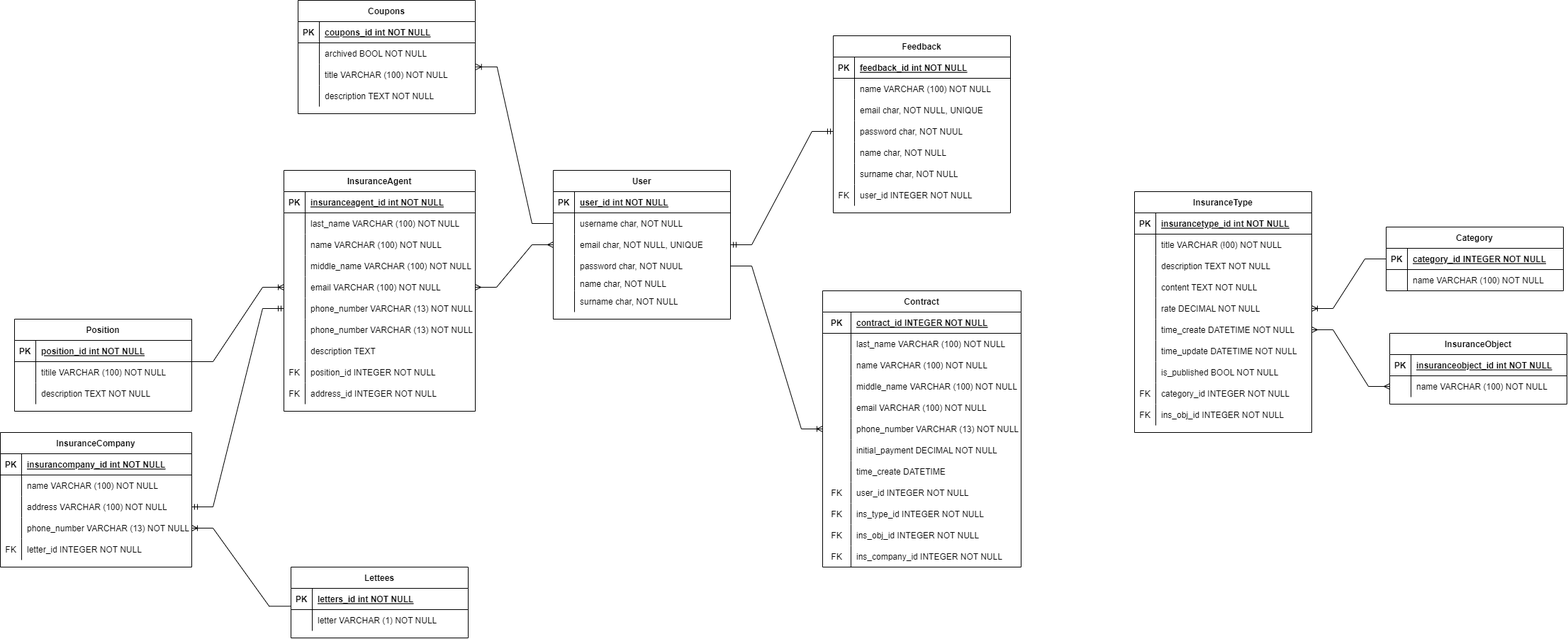
Above: BD.png in khrishchanovich/DataBase (draw.io), before the change. Source tidied: cells renumbered, new cells last; positions are measured from the earlier drawing's top-left corner, leaving out a move shared by most shapes.
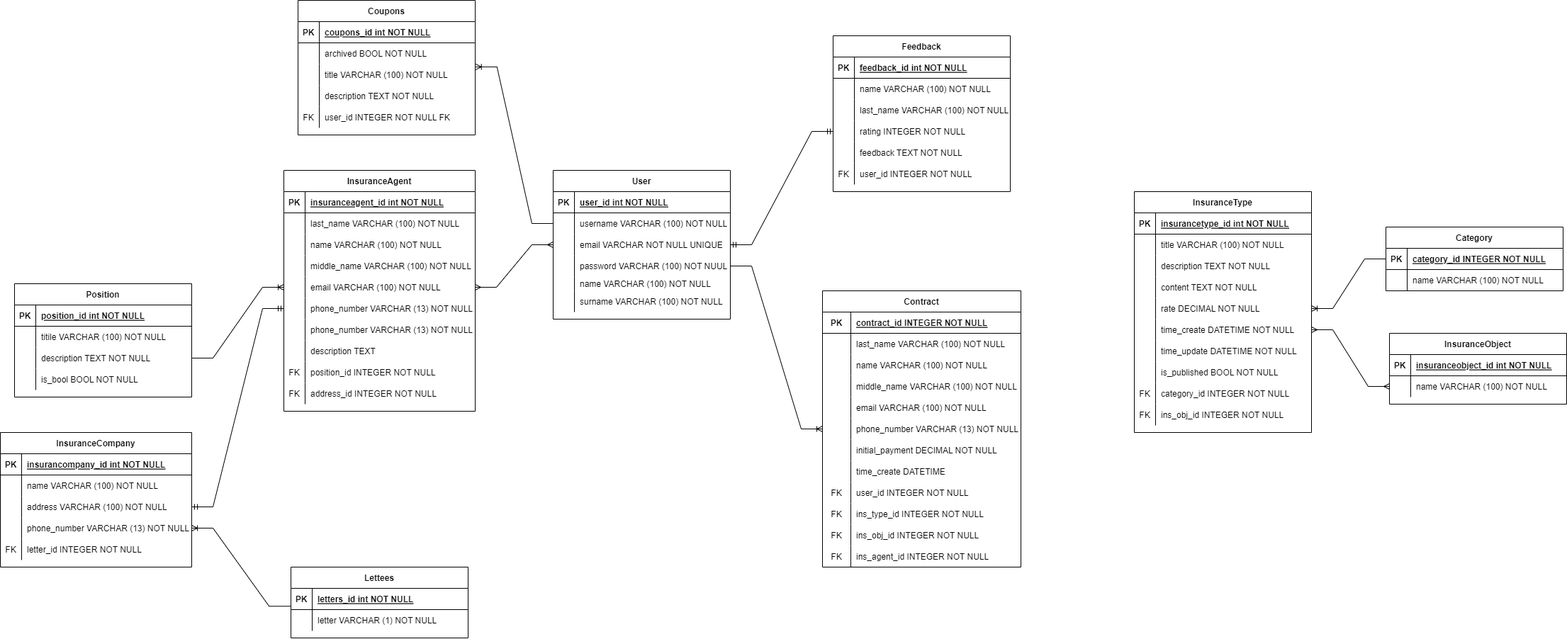
Later version of the same file.

The edit, as a diff of the source:
```diff
@@ -131,11 +131,11 @@
     <mxCell id="44" value="FK" style="shape=partialRectangle;overflow=hidden;fillColor=none;top=0;left=0;bottom=0;right=0;" parent="43" vertex="1">
       <mxGeometry width="40" height="30" as="geometry" />
     </mxCell>
-    <mxCell id="45" value="ins_company_id INTEGER NOT NULL" style="shape=partialRectangle;overflow=hidden;fillColor=none;top=0;left=0;bottom=0;right=0;align=left;spacingLeft=6;" parent="43" vertex="1">
+    <mxCell id="45" value="ins_agent_id INTEGER NOT NULL" style="shape=partialRectangle;overflow=hidden;fillColor=none;top=0;left=0;bottom=0;right=0;align=left;spacingLeft=6;" parent="43" vertex="1">
       <mxGeometry x="40" width="240" height="30" as="geometry" />
     </mxCell>
     <mxCell id="46" value="Coupons" style="shape=table;startSize=30;rowLines=0;fontStyle=1;align=center;" parent="1" vertex="1">
-      <mxGeometry x="420" width="250" height="160" as="geometry" />
+      <mxGeometry x="420" width="250" height="190" as="geometry" />
     </mxCell>
     <mxCell id="47" style="shape=partialRectangle;fillColor=none;top=0;left=0;right=0;bottom=1;" parent="46" vertex="1">
       <mxGeometry y="30" width="250" height="30" as="geometry" />
@@ -173,6 +173,15 @@
     <mxCell id="58" value="description TEXT NOT NULL" style="shape=partialRectangle;overflow=hidden;fillColor=none;top=0;left=0;bottom=0;right=0;align=left;spacingLeft=6;" parent="56" vertex="1">
       <mxGeometry x="30" width="220" height="30" as="geometry" />
     </mxCell>
+    <mxCell id="211" style="shape=partialRectangle;fillColor=none;top=0;left=0;right=0;bottom=0;" parent="46" vertex="1">
+      <mxGeometry y="150" width="250" height="30" as="geometry" />
+    </mxCell>
+    <mxCell id="212" value="FK" style="shape=partialRectangle;overflow=hidden;fillColor=none;top=0;left=0;bottom=0;right=0;" parent="211" vertex="1">
+      <mxGeometry width="30" height="30" as="geometry" />
+    </mxCell>
+    <mxCell id="213" value="user_id INTEGER NOT NULL FK" style="shape=partialRectangle;overflow=hidden;fillColor=none;top=0;left=0;bottom=0;right=0;align=left;spacingLeft=6;" parent="211" vertex="1">
+      <mxGeometry x="30" width="220" height="30" as="geometry" />
+    </mxCell>
     <mxCell id="59" value="User" style="shape=table;startSize=30;rowLines=0;fontStyle=1;align=center;" parent="1" vertex="1">
       <mxGeometry x="780" y="240" width="250" height="210" as="geometry" />
     </mxCell>
@@ -191,7 +200,7 @@
     <mxCell id="64" style="shape=partialRectangle;overflow=hidden;fillColor=none;top=0;left=0;bottom=0;right=0;" parent="63" vertex="1">
       <mxGeometry width="30" height="30" as="geometry" />
     </mxCell>
-    <mxCell id="65" value="username char, NOT NULL" style="shape=partialRectangle;overflow=hidden;fillColor=none;top=0;left=0;bottom=0;right=0;align=left;spacingLeft=6;" parent="63" vertex="1">
+    <mxCell id="65" value="username VARCHAR (100) NOT NULL" style="shape=partialRectangle;overflow=hidden;fillColor=none;top=0;left=0;bottom=0;right=0;align=left;spacingLeft=6;" parent="63" vertex="1">
       <mxGeometry x="30" width="220" height="30" as="geometry" />
     </mxCell>
     <mxCell id="66" style="shape=partialRectangle;fillColor=none;points=[[0,0.5],[1,0.5]];portConstraint=eastwest;top=0;left=0;right=0;bottom=0;" parent="59" vertex="1">
@@ -200,7 +209,7 @@
     <mxCell id="67" style="shape=partialRectangle;overflow=hidden;fillColor=none;top=0;left=0;bottom=0;right=0;" parent="66" vertex="1">
       <mxGeometry width="30" height="30" as="geometry" />
     </mxCell>
-    <mxCell id="68" value="email char, NOT NULL, UNIQUE" style="shape=partialRectangle;overflow=hidden;fillColor=none;top=0;left=0;bottom=0;right=0;align=left;spacingLeft=6;" parent="66" vertex="1">
+    <mxCell id="68" value="email VARCHAR NOT NULL UNIQUE" style="shape=partialRectangle;overflow=hidden;fillColor=none;top=0;left=0;bottom=0;right=0;align=left;spacingLeft=6;" parent="66" vertex="1">
       <mxGeometry x="30" width="220" height="30" as="geometry" />
     </mxCell>
     <mxCell id="69" style="shape=partialRectangle;fillColor=none;points=[[0,0.5],[1,0.5]];portConstraint=eastwest;top=0;left=0;right=0;bottom=0;" parent="59" vertex="1">
@@ -209,7 +218,7 @@
     <mxCell id="70" style="shape=partialRectangle;overflow=hidden;fillColor=none;top=0;left=0;bottom=0;right=0;" parent="69" vertex="1">
       <mxGeometry width="30" height="30" as="geometry" />
     </mxCell>
-    <mxCell id="71" value="password char, NOT NUUL" style="shape=partialRectangle;overflow=hidden;fillColor=none;top=0;left=0;bottom=0;right=0;align=left;spacingLeft=6;" parent="69" vertex="1">
+    <mxCell id="71" value="password VARCHAR (100) NOT NUUL" style="shape=partialRectangle;overflow=hidden;fillColor=none;top=0;left=0;bottom=0;right=0;align=left;spacingLeft=6;" parent="69" vertex="1">
       <mxGeometry x="30" width="220" height="30" as="geometry" />
     </mxCell>
     <mxCell id="72" style="shape=partialRectangle;fillColor=none;top=0;left=0;right=0;bottom=0;" parent="59" vertex="1">
@@ -218,7 +227,7 @@
     <mxCell id="73" style="shape=partialRectangle;overflow=hidden;fillColor=none;top=0;left=0;bottom=0;right=0;" parent="72" vertex="1">
       <mxGeometry width="30" height="20" as="geometry" />
     </mxCell>
-    <mxCell id="74" value="name char, NOT NULL" style="shape=partialRectangle;overflow=hidden;fillColor=none;top=0;left=0;bottom=0;right=0;align=left;spacingLeft=6;" parent="72" vertex="1">
+    <mxCell id="74" value="name VARCHAR (100) NOT NULL" style="shape=partialRectangle;overflow=hidden;fillColor=none;top=0;left=0;bottom=0;right=0;align=left;spacingLeft=6;" parent="72" vertex="1">
       <mxGeometry x="30" width="220" height="20" as="geometry" />
     </mxCell>
     <mxCell id="75" style="shape=partialRectangle;fillColor=none;top=0;left=0;right=0;bottom=0;" parent="59" vertex="1">
@@ -227,11 +236,11 @@
     <mxCell id="76" style="shape=partialRectangle;overflow=hidden;fillColor=none;top=0;left=0;bottom=0;right=0;" parent="75" vertex="1">
       <mxGeometry width="30" height="30" as="geometry" />
     </mxCell>
-    <mxCell id="77" value="surname char, NOT NULL" style="shape=partialRectangle;overflow=hidden;fillColor=none;top=0;left=0;bottom=0;right=0;align=left;spacingLeft=6;" parent="75" vertex="1">
+    <mxCell id="77" value="surname VARCHAR (100) NOT NULL" style="shape=partialRectangle;overflow=hidden;fillColor=none;top=0;left=0;bottom=0;right=0;align=left;spacingLeft=6;" parent="75" vertex="1">
       <mxGeometry x="30" width="220" height="30" as="geometry" />
     </mxCell>
     <mxCell id="78" value="Feedback" style="shape=table;startSize=30;rowLines=0;fontStyle=1;align=center;" parent="1" vertex="1">
-      <mxGeometry x="1175" y="50" width="250" height="250" as="geometry" />
+      <mxGeometry x="1175" y="50" width="250" height="220" as="geometry" />
     </mxCell>
     <mxCell id="79" style="shape=partialRectangle;fillColor=none;top=0;left=0;right=0;bottom=1;" parent="78" vertex="1">
       <mxGeometry y="30" width="250" height="30" as="geometry" />
@@ -257,7 +266,7 @@
     <mxCell id="86" style="shape=partialRectangle;overflow=hidden;fillColor=none;top=0;left=0;bottom=0;right=0;" parent="85" vertex="1">
       <mxGeometry width="30" height="30" as="geometry" />
     </mxCell>
-    <mxCell id="87" value="email char, NOT NULL, UNIQUE" style="shape=partialRectangle;overflow=hidden;fillColor=none;top=0;left=0;bottom=0;right=0;align=left;spacingLeft=6;" parent="85" vertex="1">
+    <mxCell id="87" value="last_name VARCHAR (100) NOT NULL" style="shape=partialRectangle;overflow=hidden;fillColor=none;top=0;left=0;bottom=0;right=0;align=left;spacingLeft=6;" parent="85" vertex="1">
       <mxGeometry x="30" width="220" height="30" as="geometry" />
     </mxCell>
     <mxCell id="88" style="shape=partialRectangle;fillColor=none;points=[[0,0.5],[1,0.5]];portConstraint=eastwest;top=0;left=0;right=0;bottom=0;" parent="78" vertex="1">
@@ -266,7 +275,7 @@
     <mxCell id="89" style="shape=partialRectangle;overflow=hidden;fillColor=none;top=0;left=0;bottom=0;right=0;" parent="88" vertex="1">
       <mxGeometry width="30" height="30" as="geometry" />
     </mxCell>
-    <mxCell id="90" value="password char, NOT NUUL" style="shape=partialRectangle;overflow=hidden;fillColor=none;top=0;left=0;bottom=0;right=0;align=left;spacingLeft=6;" parent="88" vertex="1">
+    <mxCell id="90" value="rating INTEGER NOT NULL" style="shape=partialRectangle;overflow=hidden;fillColor=none;top=0;left=0;bottom=0;right=0;align=left;spacingLeft=6;" parent="88" vertex="1">
       <mxGeometry x="30" width="220" height="30" as="geometry" />
     </mxCell>
     <mxCell id="91" style="shape=partialRectangle;fillColor=none;top=0;left=0;right=0;bottom=0;" parent="78" vertex="1">
@@ -275,20 +284,11 @@
     <mxCell id="92" style="shape=partialRectangle;overflow=hidden;fillColor=none;top=0;left=0;bottom=0;right=0;" parent="91" vertex="1">
       <mxGeometry width="30" height="30" as="geometry" />
     </mxCell>
-    <mxCell id="93" value="name char, NOT NULL" style="shape=partialRectangle;overflow=hidden;fillColor=none;top=0;left=0;bottom=0;right=0;align=left;spacingLeft=6;" parent="91" vertex="1">
+    <mxCell id="93" value="feedback TEXT NOT NULL" style="shape=partialRectangle;overflow=hidden;fillColor=none;top=0;left=0;bottom=0;right=0;align=left;spacingLeft=6;" parent="91" vertex="1">
       <mxGeometry x="30" width="220" height="30" as="geometry" />
     </mxCell>
-    <mxCell id="94" style="shape=partialRectangle;fillColor=none;top=0;left=0;right=0;bottom=0;" parent="78" vertex="1">
-      <mxGeometry y="180" width="250" height="30" as="geometry" />
-    </mxCell>
-    <mxCell id="95" style="shape=partialRectangle;overflow=hidden;fillColor=none;top=0;left=0;bottom=0;right=0;" parent="94" vertex="1">
-      <mxGeometry width="30" height="30" as="geometry" />
-    </mxCell>
-    <mxCell id="96" value="surname char, NOT NULL" style="shape=partialRectangle;overflow=hidden;fillColor=none;top=0;left=0;bottom=0;right=0;align=left;spacingLeft=6;" parent="94" vertex="1">
-      <mxGeometry x="30" width="220" height="30" as="geometry" />
-    </mxCell>
     <mxCell id="97" style="shape=partialRectangle;fillColor=none;top=0;left=0;right=0;bottom=0;" parent="78" vertex="1">
-      <mxGeometry y="210" width="250" height="30" as="geometry" />
+      <mxGeometry y="180" width="250" height="30" as="geometry" />
     </mxCell>
     <mxCell id="98" value="FK" style="shape=partialRectangle;overflow=hidden;fillColor=none;top=0;left=0;bottom=0;right=0;" parent="97" vertex="1">
       <mxGeometry width="30" height="30" as="geometry" />
@@ -476,7 +476,7 @@
     <mxCell id="159" style="shape=partialRectangle;overflow=hidden;fillColor=none;top=0;left=0;bottom=0;right=0;" parent="158" vertex="1">
       <mxGeometry width="30" height="30" as="geometry" />
     </mxCell>
-    <mxCell id="160" value="title VARCHAR (!00) NOT NULL" style="shape=partialRectangle;overflow=hidden;fillColor=none;top=0;left=0;bottom=0;right=0;align=left;spacingLeft=6;" parent="158" vertex="1">
+    <mxCell id="160" value="title VARCHAR (100) NOT NULL" style="shape=partialRectangle;overflow=hidden;fillColor=none;top=0;left=0;bottom=0;right=0;align=left;spacingLeft=6;" parent="158" vertex="1">
       <mxGeometry x="30" width="220" height="30" as="geometry" />
     </mxCell>
     <mxCell id="161" style="shape=partialRectangle;fillColor=none;top=0;left=0;right=0;bottom=0;" parent="154" vertex="1">
@@ -573,7 +573,7 @@
       <mxGeometry x="30" width="220" height="30" as="geometry" />
     </mxCell>
     <mxCell id="192" value="Position" style="shape=table;startSize=30;rowLines=0;fontStyle=1;align=center;" parent="1" vertex="1">
-      <mxGeometry x="20" y="450" width="250" height="130" as="geometry" />
+      <mxGeometry x="20" y="400" width="250" height="160" as="geometry" />
     </mxCell>
     <mxCell id="193" style="shape=partialRectangle;fillColor=none;top=0;left=0;right=0;bottom=1;" parent="192" vertex="1">
       <mxGeometry y="30" width="250" height="30" as="geometry" />
@@ -602,10 +602,17 @@
     <mxCell id="201" value="description TEXT NOT NULL" style="shape=partialRectangle;overflow=hidden;fillColor=none;top=0;left=0;bottom=0;right=0;align=left;spacingLeft=6;" parent="199" vertex="1">
       <mxGeometry x="30" width="220" height="30" as="geometry" />
     </mxCell>
+    <mxCell id="214" style="shape=partialRectangle;fillColor=none;top=0;left=0;right=0;bottom=0;" parent="192" vertex="1">
+      <mxGeometry y="120" width="250" height="30" as="geometry" />
+    </mxCell>
+    <mxCell id="95" style="shape=partialRectangle;overflow=hidden;fillColor=none;top=0;left=0;bottom=0;right=0;" parent="214" vertex="1">
+      <mxGeometry width="30" height="30" as="geometry" />
+    </mxCell>
+    <mxCell id="215" value="is_bool BOOL NOT NULL" style="shape=partialRectangle;overflow=hidden;fillColor=none;top=0;left=0;bottom=0;right=0;align=left;spacingLeft=6;" parent="214" vertex="1">
+      <mxGeometry x="30" width="220" height="30" as="geometry" />
+    </mxCell>
-    <mxCell id="202" style="edgeStyle=entityRelationEdgeStyle;fontSize=12;html=1;endArrow=ERoneToMany;rounded=0;entryX=0;entryY=0.5;entryDx=0;entryDy=0;" parent="1" edge="1" target="113">
-      <mxGeometry relative="1" as="geometry">
-        <mxPoint x="270" y="510" as="sourcePoint" />
-      </mxGeometry>
+    <mxCell id="202" style="edgeStyle=entityRelationEdgeStyle;fontSize=12;html=1;endArrow=ERoneToMany;rounded=0;entryX=0;entryY=0.5;entryDx=0;entryDy=0;exitX=1;exitY=0.5;exitDx=0;exitDy=0;" parent="1" edge="1" source="199" target="113">
+      <mxGeometry relative="1" as="geometry" />
     </mxCell>
     <mxCell id="203" style="edgeStyle=entityRelationEdgeStyle;fontSize=12;html=1;endArrow=ERmany;startArrow=ERmany;rounded=0;exitX=1;exitY=0.5;exitDx=0;exitDy=0;entryX=0;entryY=0.5;entryDx=0;entryDy=0;" parent="1" edge="1" source="113" target="66">
       <mxGeometry relative="1" as="geometry" />
```
